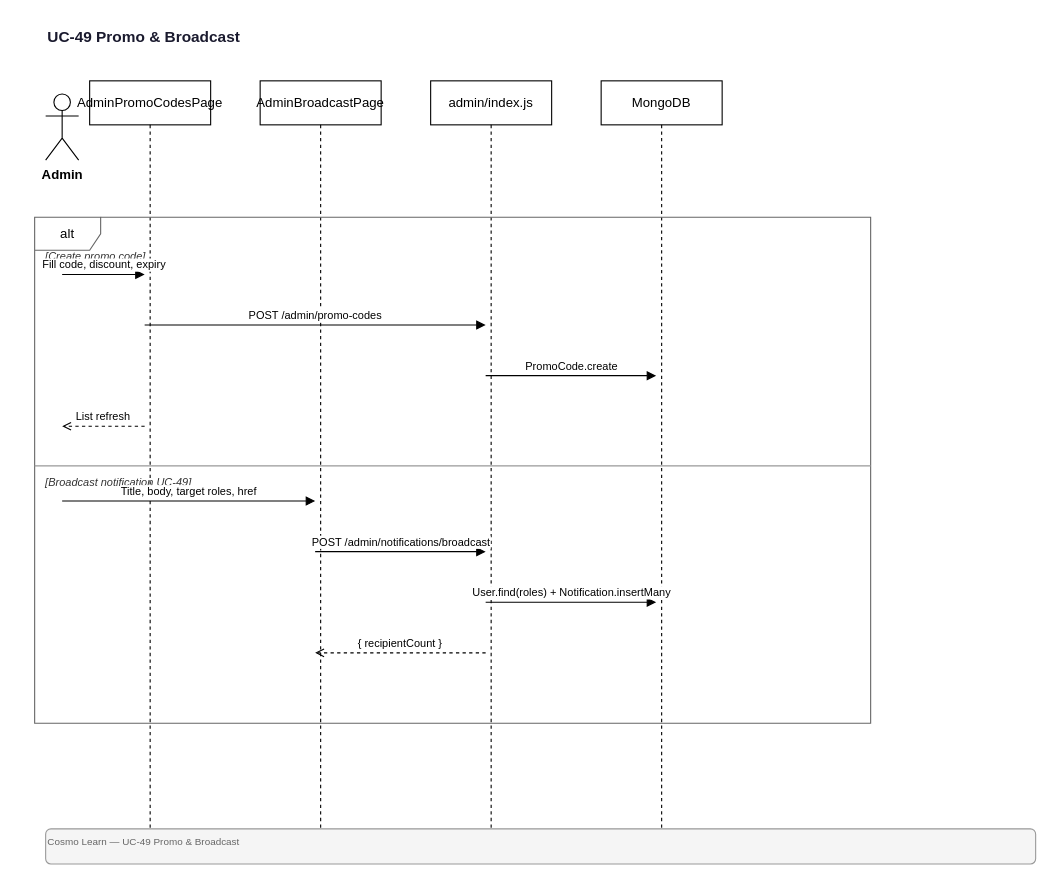
Before: docs/diagrams/sequence/UC-49-Promo-Broadcast.drawio in quangg1/ASTRO_EDU, a draw.io diagram. Source tidied: cells renumbered, new cells numbered last; positions are measured from the earlier drawing's top-left corner, leaving out a move shared by most shapes. Both pictures are drawn from the tidied source at 110%, with x=0, y=0 at pixel (34, 19).
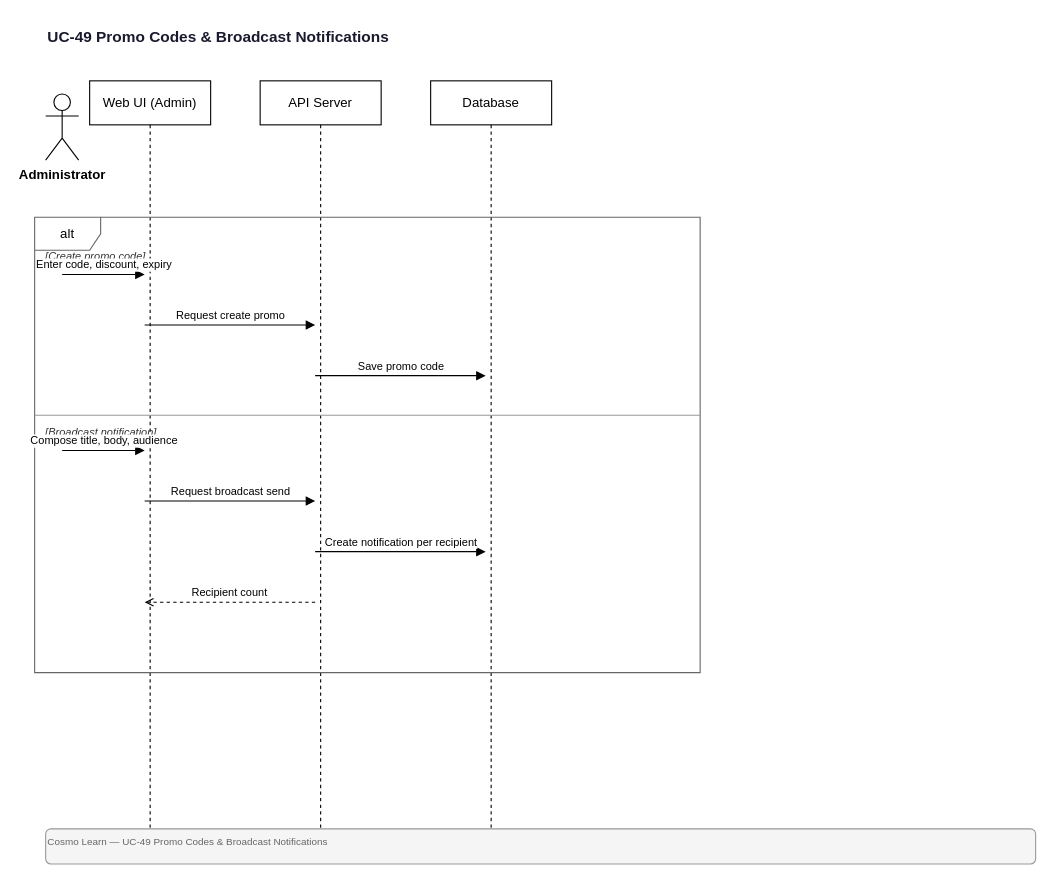
The same diagram, later.

The edit, as a diff of the source:
```diff
@@
-    <mxCell id="2" value="UC-49 Promo &amp; Broadcast" style="text;html=1;strokeColor=none;fillColor=none;align=left;verticalAlign=middle;fontSize=14;fontStyle=1;fontColor=#1a1a2e;" parent="1" vertex="1">
+    <mxCell id="2" value="UC-49 Promo Codes &amp; Broadcast Notifications" style="text;html=1;strokeColor=none;fillColor=none;align=left;verticalAlign=middle;fontSize=14;fontStyle=1;fontColor=#1a1a2e;" parent="1" vertex="1">
       <mxGeometry x="10" width="900" height="32" as="geometry" />
     </mxCell>
-    <mxCell id="3" value="Admin" style="shape=umlActor;verticalLabelPosition=bottom;verticalAlign=top;html=1;fontSize=12;fontStyle=1;" parent="1" vertex="1">
+    <mxCell id="3" value="Administrator" style="shape=umlActor;verticalLabelPosition=bottom;verticalAlign=top;html=1;fontSize=12;fontStyle=1;" parent="1" vertex="1">
       <mxGeometry x="10" y="68" width="30" height="60" as="geometry" />
     </mxCell>
-    <mxCell id="4" value="AdminPromoCodesPage" style="shape=umlLifeline;perimeter=lifelinePerimeter;whiteSpace=wrap;html=1;size=40;" parent="1" vertex="1">
-      <mxGeometry x="50" y="56" width="110" height="682" as="geometry" />
-    </mxCell>
-    <mxCell id="5" value="AdminBroadcastPage" style="shape=umlLifeline;perimeter=lifelinePerimeter;whiteSpace=wrap;html=1;size=40;" parent="1" vertex="1">
-      <mxGeometry x="205" y="56" width="110" height="682" as="geometry" />
-    </mxCell>
-    <mxCell id="6" value="admin/index.js" style="shape=umlLifeline;perimeter=lifelinePerimeter;whiteSpace=wrap;html=1;size=40;" parent="1" vertex="1">
-      <mxGeometry x="360" y="56" width="110" height="682" as="geometry" />
-    </mxCell>
+    <mxCell id="21" value="Web UI (Admin)" style="shape=umlLifeline;perimeter=lifelinePerimeter;whiteSpace=wrap;html=1;size=40;" parent="1" vertex="1">
+      <mxGeometry x="50" y="56" width="110" height="682" as="geometry" />
+    </mxCell>
+    <mxCell id="22" value="API Server" style="shape=umlLifeline;perimeter=lifelinePerimeter;whiteSpace=wrap;html=1;size=40;" parent="1" vertex="1">
+      <mxGeometry x="205" y="56" width="110" height="682" as="geometry" />
+    </mxCell>
-    <mxCell id="7" value="MongoDB" style="shape=umlLifeline;perimeter=lifelinePerimeter;whiteSpace=wrap;html=1;size=40;" parent="1" vertex="1">
-      <mxGeometry x="515" y="56" width="110" height="682" as="geometry" />
+    <mxCell id="7" value="Database" style="shape=umlLifeline;perimeter=lifelinePerimeter;whiteSpace=wrap;html=1;size=40;" parent="1" vertex="1">
+      <mxGeometry x="360" y="56" width="110" height="682" as="geometry" />
     </mxCell>
     <mxCell id="8" value="alt" style="shape=umlFrame;whiteSpace=wrap;html=1;fillColor=none;strokeColor=#666666;" parent="1" vertex="1">
-      <mxGeometry y="180" width="760" height="460" as="geometry" />
+      <mxGeometry y="180" width="605" height="414" as="geometry" />
     </mxCell>
     <mxCell id="9" value="[Create promo code]" style="text;html=1;strokeColor=none;fillColor=none;align=left;verticalAlign=middle;fontSize=10;fontStyle=2;fontColor=#333333;" parent="1" vertex="1">
-      <mxGeometry x="8" y="206" width="744" height="18" as="geometry" />
+      <mxGeometry x="8" y="206" width="589" height="18" as="geometry" />
     </mxCell>
-    <mxCell id="10" value="Fill code, discount, expiry" style="endArrow=block;endFill=1;html=1;fontSize=10;verticalAlign=bottom;" parent="1" edge="1">
+    <mxCell id="10" value="Enter code, discount, expiry" style="endArrow=block;endFill=1;html=1;fontSize=10;verticalAlign=bottom;" parent="1" edge="1">
       <mxGeometry relative="1" as="geometry">
         <mxPoint x="25" y="232" as="sourcePoint" />
         <mxPoint x="100" y="232" as="targetPoint" />
       </mxGeometry>
     </mxCell>
-    <mxCell id="11" value="POST /admin/promo-codes" style="endArrow=block;endFill=1;html=1;fontSize=10;verticalAlign=bottom;" parent="1" edge="1">
+    <mxCell id="11" value="Request create promo" style="endArrow=block;endFill=1;html=1;fontSize=10;verticalAlign=bottom;" parent="1" edge="1">
       <mxGeometry relative="1" as="geometry">
         <mxPoint x="100" y="278" as="sourcePoint" />
-        <mxPoint x="410" y="278" as="targetPoint" />
+        <mxPoint x="255" y="278" as="targetPoint" />
       </mxGeometry>
     </mxCell>
-    <mxCell id="12" value="PromoCode.create" style="endArrow=block;endFill=1;html=1;fontSize=10;verticalAlign=bottom;" parent="1" edge="1">
+    <mxCell id="12" value="Save promo code" style="endArrow=block;endFill=1;html=1;fontSize=10;verticalAlign=bottom;" parent="1" edge="1">
       <mxGeometry relative="1" as="geometry">
-        <mxPoint x="410" y="324" as="sourcePoint" />
-        <mxPoint x="565" y="324" as="targetPoint" />
+        <mxPoint x="255" y="324" as="sourcePoint" />
+        <mxPoint x="410" y="324" as="targetPoint" />
       </mxGeometry>
     </mxCell>
-    <mxCell id="13" value="List refresh" style="endArrow=open;endFill=0;html=1;dashed=1;fontSize=10;verticalAlign=bottom;" parent="1" edge="1">
-      <mxGeometry relative="1" as="geometry">
-        <mxPoint x="100" y="370" as="sourcePoint" />
-        <mxPoint x="25" y="370" as="targetPoint" />
-      </mxGeometry>
+    <mxCell id="13" value="[Broadcast notification]" style="text;html=1;strokeColor=none;fillColor=none;align=left;verticalAlign=middle;fontSize=10;fontStyle=2;fontColor=#333333;" parent="1" vertex="1">
+      <mxGeometry x="8" y="366" width="589" height="18" as="geometry" />
     </mxCell>
-    <mxCell id="14" value="[Broadcast notification UC-49]" style="text;html=1;strokeColor=none;fillColor=none;align=left;verticalAlign=middle;fontSize=10;fontStyle=2;fontColor=#333333;" parent="1" vertex="1">
-      <mxGeometry x="8" y="412" width="744" height="18" as="geometry" />
+    <mxCell id="14" style="endArrow=none;html=1;strokeWidth=1;strokeColor=#999999;" parent="1" edge="1">
+      <mxGeometry relative="1" as="geometry">
+        <mxPoint y="360" as="sourcePoint" />
+        <mxPoint x="605" y="360" as="targetPoint" />
+      </mxGeometry>
     </mxCell>
-    <mxCell id="15" style="endArrow=none;html=1;strokeWidth=1;strokeColor=#999999;" parent="1" edge="1">
+    <mxCell id="15" value="Compose title, body, audience" style="endArrow=block;endFill=1;html=1;fontSize=10;verticalAlign=bottom;" parent="1" edge="1">
       <mxGeometry relative="1" as="geometry">
-        <mxPoint y="406" as="sourcePoint" />
-        <mxPoint x="760" y="406" as="targetPoint" />
+        <mxPoint x="25" y="392" as="sourcePoint" />
+        <mxPoint x="100" y="392" as="targetPoint" />
       </mxGeometry>
     </mxCell>
-    <mxCell id="16" value="Title, body, target roles, href" style="endArrow=block;endFill=1;html=1;fontSize=10;verticalAlign=bottom;" parent="1" edge="1">
+    <mxCell id="16" value="Request broadcast send" style="endArrow=block;endFill=1;html=1;fontSize=10;verticalAlign=bottom;" parent="1" edge="1">
       <mxGeometry relative="1" as="geometry">
-        <mxPoint x="25" y="438" as="sourcePoint" />
+        <mxPoint x="100" y="438" as="sourcePoint" />
         <mxPoint x="255" y="438" as="targetPoint" />
       </mxGeometry>
     </mxCell>
-    <mxCell id="17" value="POST /admin/notifications/broadcast" style="endArrow=block;endFill=1;html=1;fontSize=10;verticalAlign=bottom;" parent="1" edge="1">
+    <mxCell id="17" value="Create notification per recipient" style="endArrow=block;endFill=1;html=1;fontSize=10;verticalAlign=bottom;" parent="1" edge="1">
       <mxGeometry relative="1" as="geometry">
         <mxPoint x="255" y="484" as="sourcePoint" />
         <mxPoint x="410" y="484" as="targetPoint" />
       </mxGeometry>
     </mxCell>
-    <mxCell id="18" value="User.find(roles) + Notification.insertMany" style="endArrow=block;endFill=1;html=1;fontSize=10;verticalAlign=bottom;" parent="1" edge="1">
+    <mxCell id="18" value="Recipient count" style="endArrow=open;endFill=0;html=1;dashed=1;fontSize=10;verticalAlign=bottom;" parent="1" edge="1">
       <mxGeometry relative="1" as="geometry">
-        <mxPoint x="410" y="530" as="sourcePoint" />
-        <mxPoint x="565" y="530" as="targetPoint" />
+        <mxPoint x="255" y="530" as="sourcePoint" />
+        <mxPoint x="100" y="530" as="targetPoint" />
       </mxGeometry>
     </mxCell>
-    <mxCell id="19" value="{ recipientCount }" style="endArrow=open;endFill=0;html=1;dashed=1;fontSize=10;verticalAlign=bottom;" parent="1" edge="1">
-      <mxGeometry relative="1" as="geometry">
-        <mxPoint x="410" y="576" as="sourcePoint" />
-        <mxPoint x="255" y="576" as="targetPoint" />
-      </mxGeometry>
+    <mxCell id="19" value="Cosmo Learn — UC-49 Promo Codes &amp; Broadcast Notifications" style="text;html=1;strokeColor=#999;fillColor=#f5f5f5;align=left;verticalAlign=top;fontSize=9;fontColor=#666;rounded=1;" parent="1" vertex="1">
+      <mxGeometry x="10" y="736" width="900" height="32" as="geometry" />
     </mxCell>
-    <mxCell id="20" value="Cosmo Learn — UC-49 Promo &amp; Broadcast" style="text;html=1;strokeColor=#999;fillColor=#f5f5f5;align=left;verticalAlign=top;fontSize=9;fontColor=#666;rounded=1;" parent="1" vertex="1">
-      <mxGeometry x="10" y="736" width="900" height="32" as="geometry" />
-    </mxCell>
```
